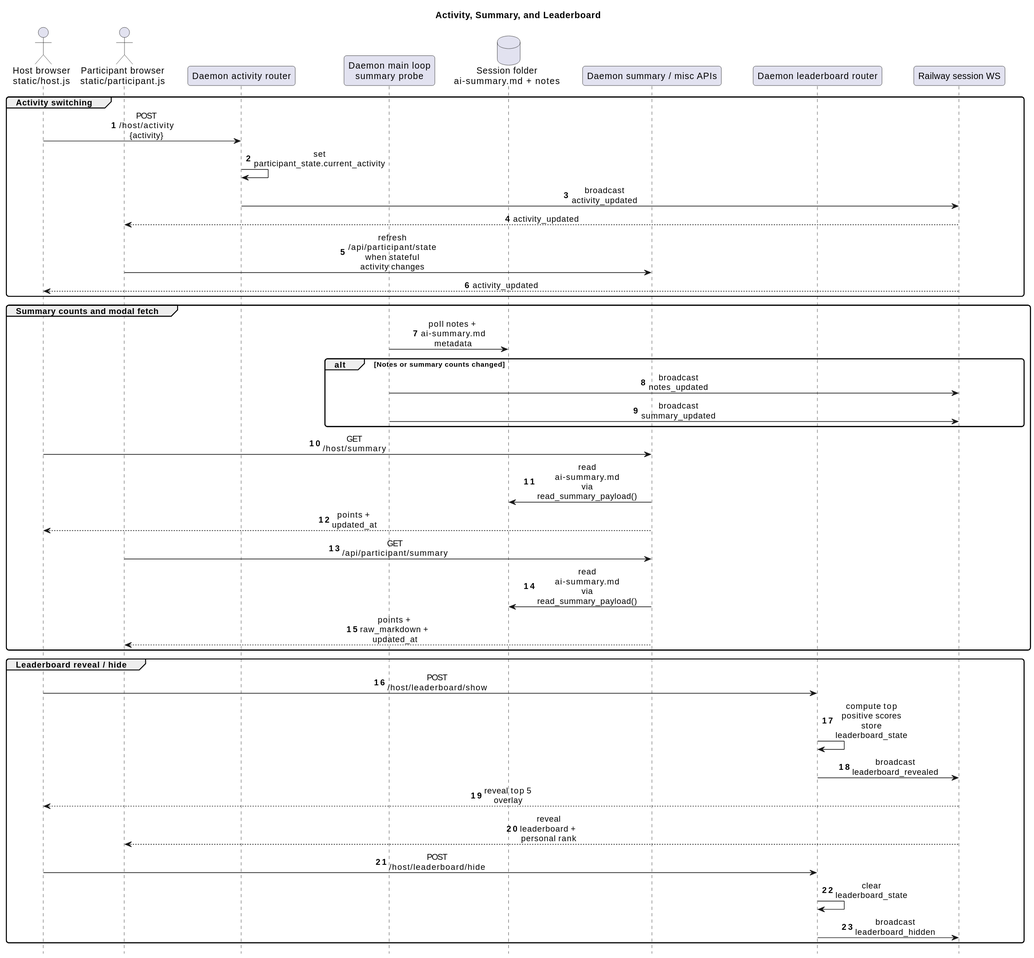
Before: docs/sequences/svg/08-activity-summary-and-leaderboard.svg, a diagram exported from PlantUML (victorrentea/training-assistant).
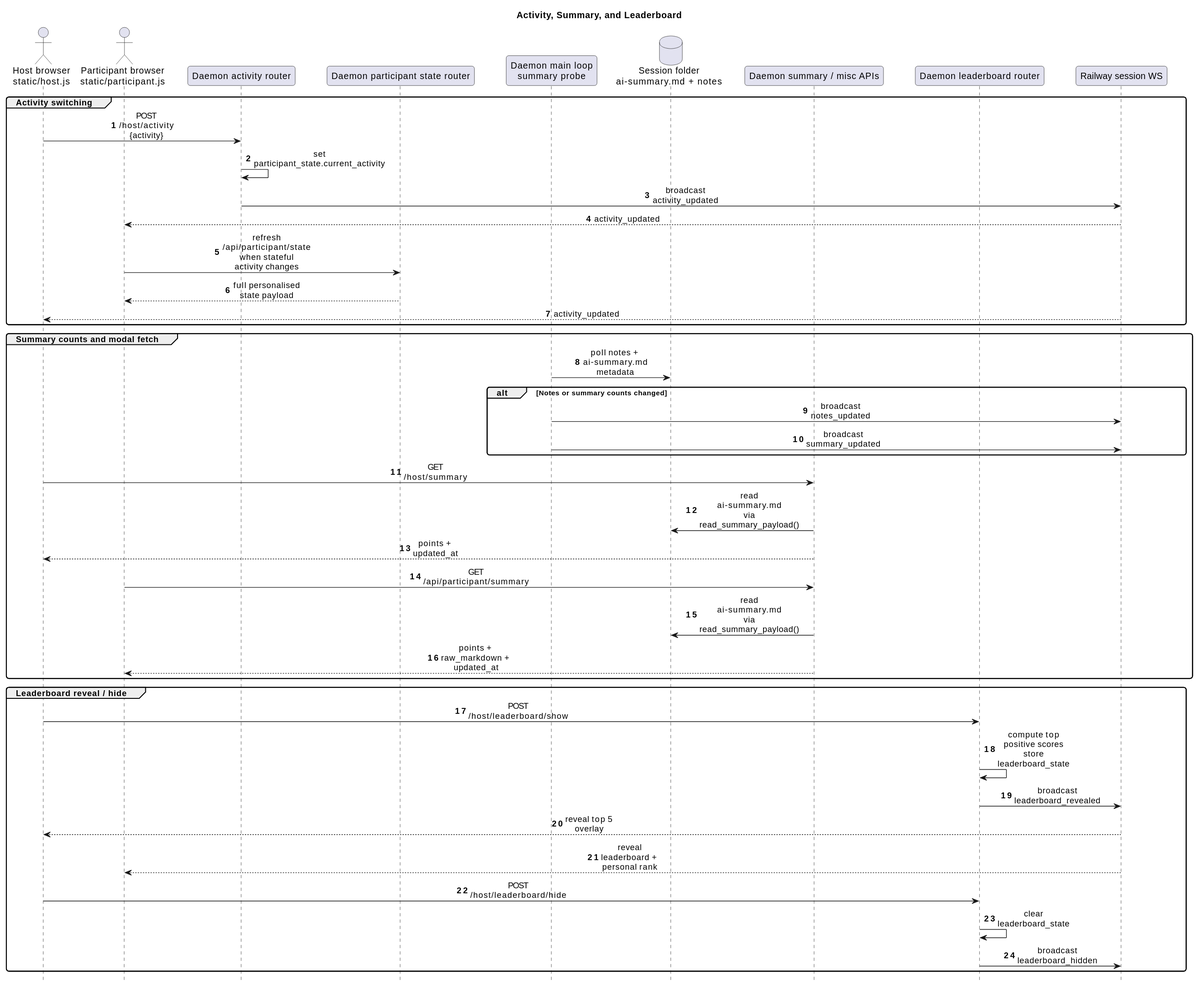
The same file after the commit.

Commit message:
Fix activity refresh sequence path

What changed in the source:
```diff
@@ -14,6 +14,7 @@
 actor "Host browser\nstatic/host.js" as Host
 actor "Participant browser\nstatic/participant.js" as Participant
 participant "Daemon activity router" as ActivityAPI
+participant "Daemon participant state router" as ParticipantStateAPI
 participant "Daemon main loop\nsummary probe" as Loop
 database "Session folder\nai-summary.md + notes" as SessionFiles
 participant "Daemon summary / misc APIs" as SummaryAPI
@@ -25,7 +26,8 @@
 ActivityAPI -> ActivityAPI: set participant_state.current_activity
 ActivityAPI -> RailwayWS: broadcast activity_updated
 RailwayWS --> Participant: activity_updated
-Participant -> SummaryAPI: refresh /api/participant/state\nwhen stateful activity changes
+Participant -> ParticipantStateAPI: refresh /api/participant/state\nwhen stateful activity changes
+ParticipantStateAPI --> Participant: full personalised state payload
 RailwayWS --> Host: activity_updated
 end
 
```
